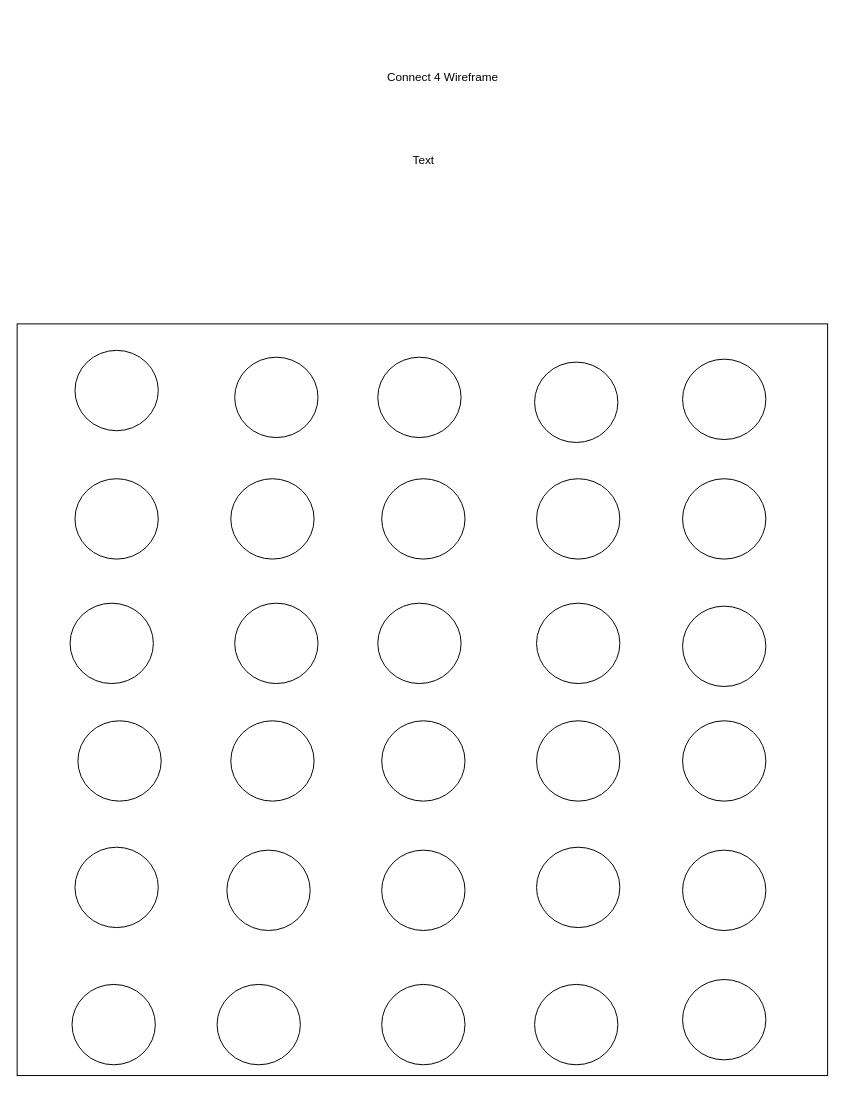
Above: Untitled Diagram.drawio in Primemerlinian/connect4wireframe (draw.io), before the change. Source tidied: cells renumbered, new cells numbered last; positions are measured from the earlier drawing's top-left corner, leaving out a move shared by most shapes. Both pictures are drawn from the tidied source at 98%, with x=0, y=0 at pixel (17, 17).
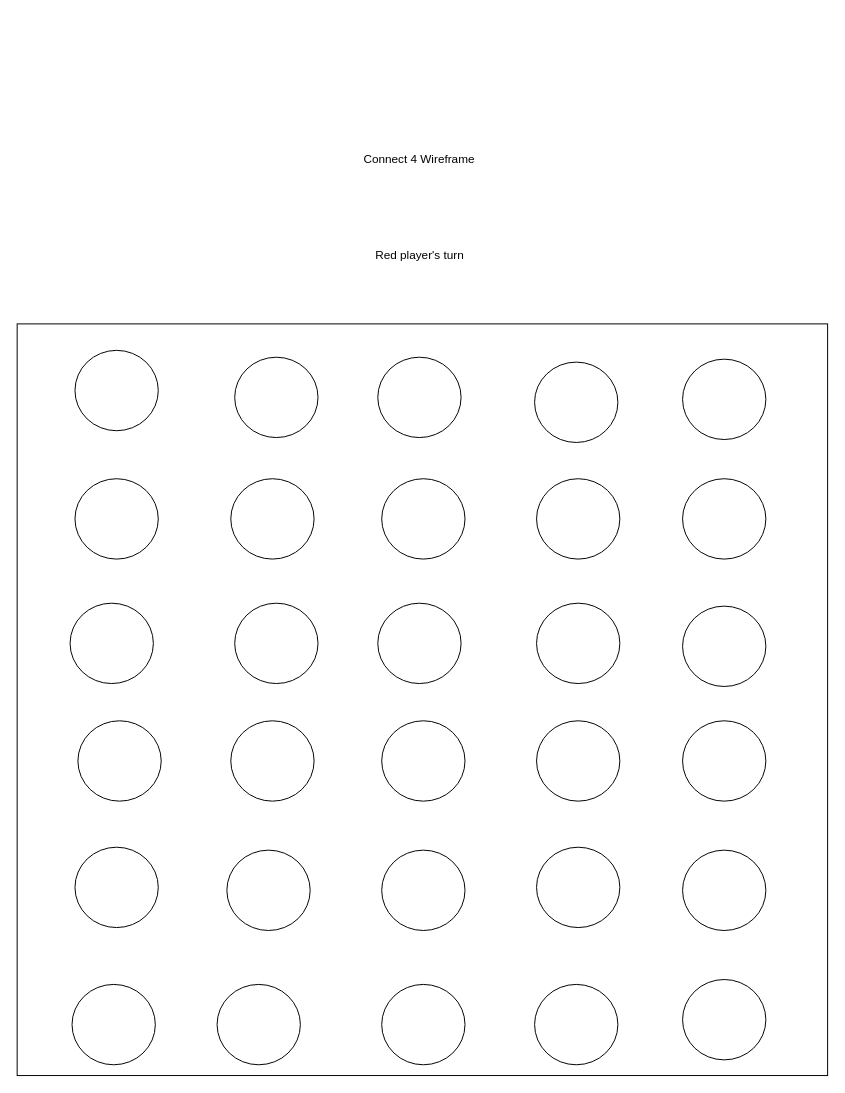
After the change.

The edit, as a diff of the source:
```diff
@@
     <mxCell id="2" value="Connect 4 Wireframe" style="text;strokeColor=none;fillColor=none;html=1;align=center;verticalAlign=middle;whiteSpace=wrap;rounded=0;hachureGap=4;" parent="1" vertex="1">
-      <mxGeometry x="232.5" width="402.5" height="123" as="geometry" />
+      <mxGeometry x="209.2" y="83" width="402.5" height="123" as="geometry" />
     </mxCell>
@@
-    <mxCell id="34" value="Text" style="text;strokeColor=none;fillColor=none;html=1;align=center;verticalAlign=middle;whiteSpace=wrap;rounded=0;glass=0;hachureGap=4;" parent="1" vertex="1">
-      <mxGeometry x="159.5" y="109" width="510" height="73" as="geometry" />
+    <mxCell id="34" value="Red player's turn" style="text;strokeColor=none;fillColor=none;html=1;align=center;verticalAlign=middle;whiteSpace=wrap;rounded=0;glass=0;hachureGap=4;" parent="1" vertex="1">
+      <mxGeometry x="155.5" y="206" width="510" height="73" as="geometry" />
     </mxCell>
```
